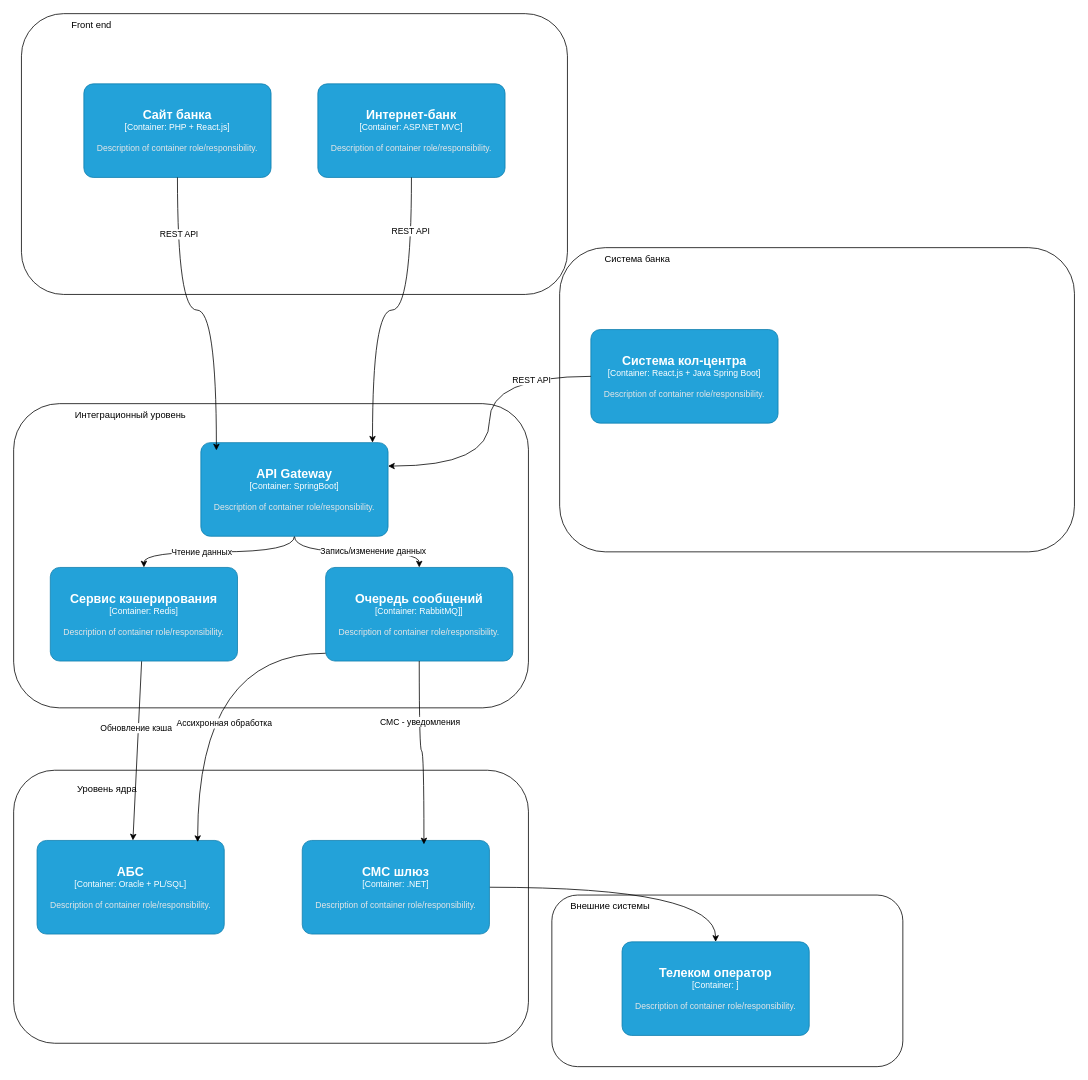
Earlier version of the draw.io diagram Task3/Container.drawio (vlfors/architecture-standart). Source tidied: cells renumbered, new cells numbered last; positions are measured from the earlier drawing's top-left corner, leaving out a move shared by most shapes. Both pictures are drawn from the tidied source at 78%, with x=0, y=0 at pixel (13, 13).
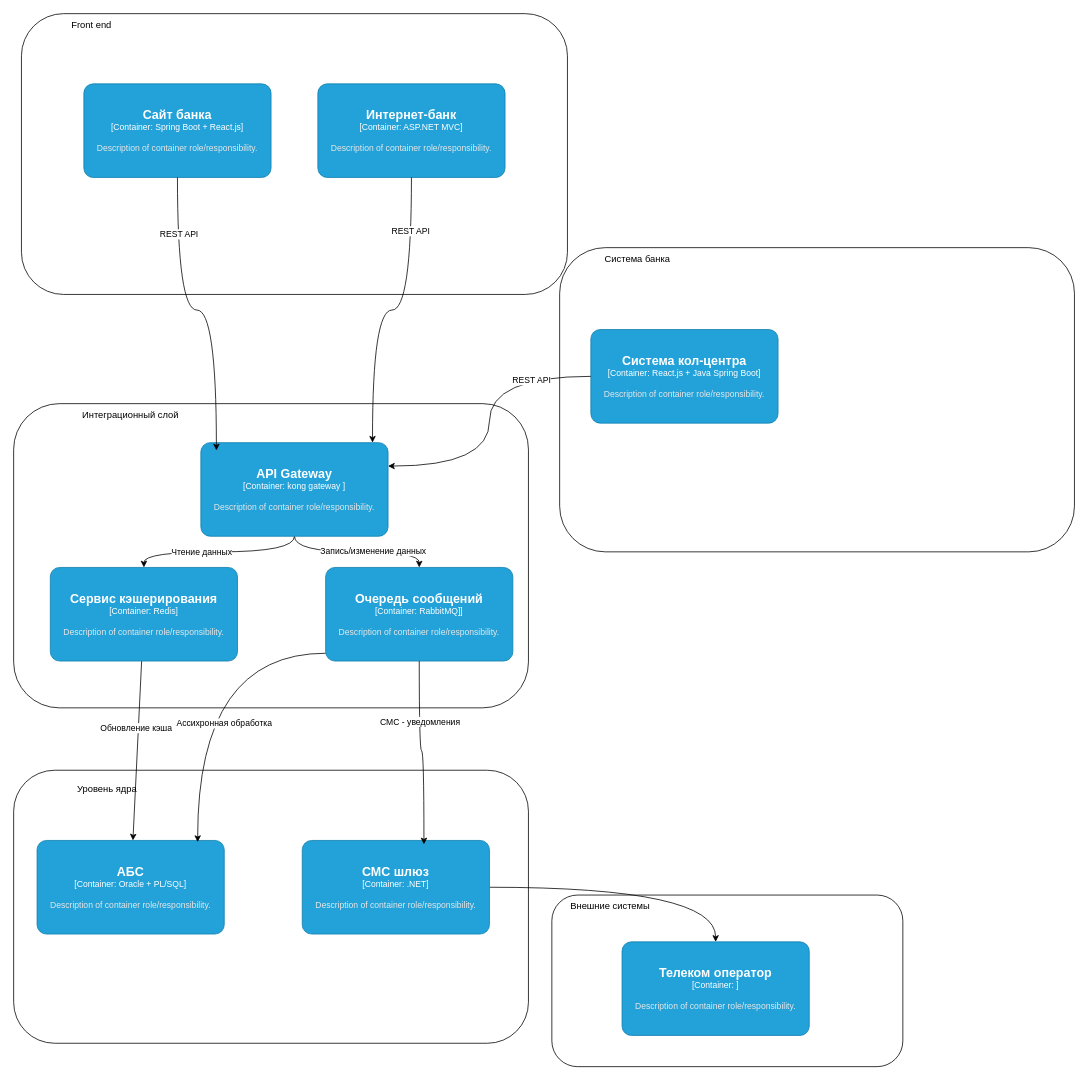
Above is the later version.

Change to the diagram source:
```diff
@@
-    <object id="7" label="&lt;font style=&quot;font-size: 16px&quot;&gt;&lt;b&gt;%c4Name%&lt;/b&gt;&lt;/font&gt;&lt;div&gt;[%c4Type%: %c4Technology%]&lt;/div&gt;&lt;br&gt;&lt;div&gt;&lt;font style=&quot;font-size: 11px&quot;&gt;&lt;font color=&quot;#E6E6E6&quot;&gt;%c4Description%&lt;/font&gt;&lt;/div&gt;" c4Description="Description of container role/responsibility." c4Name="Сайт банка" c4Technology="PHP + React.js" c4Type="Container" placeholders="1">
+    <object id="7" label="&lt;font style=&quot;font-size: 16px&quot;&gt;&lt;b&gt;%c4Name%&lt;/b&gt;&lt;/font&gt;&lt;div&gt;[%c4Type%: %c4Technology%]&lt;/div&gt;&lt;br&gt;&lt;div&gt;&lt;font style=&quot;font-size: 11px&quot;&gt;&lt;font color=&quot;#E6E6E6&quot;&gt;%c4Description%&lt;/font&gt;&lt;/div&gt;" c4Description="Description of container role/responsibility." c4Name="Сайт банка" c4Technology="Spring Boot + React.js" c4Type="Container" placeholders="1">
       <mxCell style="rounded=1;whiteSpace=wrap;html=1;fontSize=11;labelBackgroundColor=none;fillColor=#23A2D9;fontColor=#ffffff;align=center;arcSize=10;strokeColor=#0E7DAD;points=[[0.25,0,0],[0.5,0,0],[0.75,0,0],[1,0.25,0],[1,0.5,0],[1,0.75,0],[0.75,1,0],[0.5,1,0],[0.25,1,0],[0,0.75,0],[0,0.5,0],[0,0.25,0]];" parent="1" vertex="1">
         <mxGeometry x="90" y="90" width="240" height="120" as="geometry" />
       </mxCell>
     </object>
@@
-    <mxCell id="10" value="Интеграционный уровень" style="text;html=1;align=center;verticalAlign=middle;whiteSpace=wrap;rounded=0;" parent="1" vertex="1">
+    <mxCell id="10" value="Интеграционный слой" style="text;html=1;align=center;verticalAlign=middle;whiteSpace=wrap;rounded=0;" parent="1" vertex="1">
       <mxGeometry x="70" y="500" width="160" height="30" as="geometry" />
     </mxCell>
@@
-    <object id="17" label="&lt;font style=&quot;font-size: 16px&quot;&gt;&lt;b&gt;%c4Name%&lt;/b&gt;&lt;/font&gt;&lt;div&gt;[%c4Type%: %c4Technology%]&lt;/div&gt;&lt;br&gt;&lt;div&gt;&lt;font style=&quot;font-size: 11px&quot;&gt;&lt;font color=&quot;#E6E6E6&quot;&gt;%c4Description%&lt;/font&gt;&lt;/div&gt;" c4Description="Description of container role/responsibility." c4Name="API Gateway" c4Technology="SpringBoot" c4Type="Container" placeholders="1">
+    <object id="17" label="&lt;font style=&quot;font-size: 16px&quot;&gt;&lt;b&gt;%c4Name%&lt;/b&gt;&lt;/font&gt;&lt;div&gt;[%c4Type%: %c4Technology%]&lt;/div&gt;&lt;br&gt;&lt;div&gt;&lt;font style=&quot;font-size: 11px&quot;&gt;&lt;font color=&quot;#E6E6E6&quot;&gt;%c4Description%&lt;/font&gt;&lt;/div&gt;" c4Description="Description of container role/responsibility." c4Name="API Gateway" c4Technology="kong gateway " c4Type="Container" placeholders="1">
       <mxCell style="rounded=1;whiteSpace=wrap;html=1;fontSize=11;labelBackgroundColor=none;fillColor=#23A2D9;fontColor=#ffffff;align=center;arcSize=10;strokeColor=#0E7DAD;points=[[0.25,0,0],[0.5,0,0],[0.75,0,0],[1,0.25,0],[1,0.5,0],[1,0.75,0],[0.75,1,0],[0.5,1,0],[0.25,1,0],[0,0.75,0],[0,0.5,0],[0,0.25,0]];" parent="1" vertex="1">
         <mxGeometry x="240" y="550" width="240" height="120" as="geometry" />
       </mxCell>
     </object>
```
